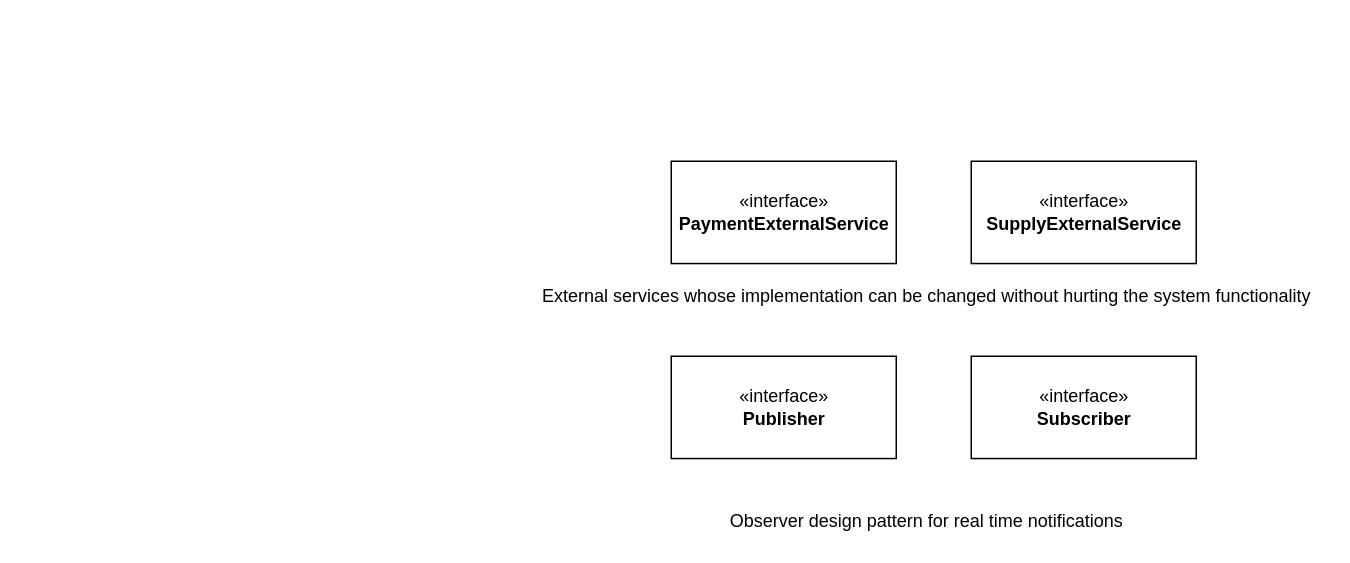
This is page "White Diagram" (1 of 2) of Workshop.drawio from itaitzruia4/Workshop, a draw.io file, before an edit. Source tidied: cells renumbered, new cells numbered last; positions are measured from the earlier drawing's top-left corner, leaving out a move shared by most shapes. Both pictures are drawn from the tidied source at 150%, with x=0, y=0 at pixel (528, 160).
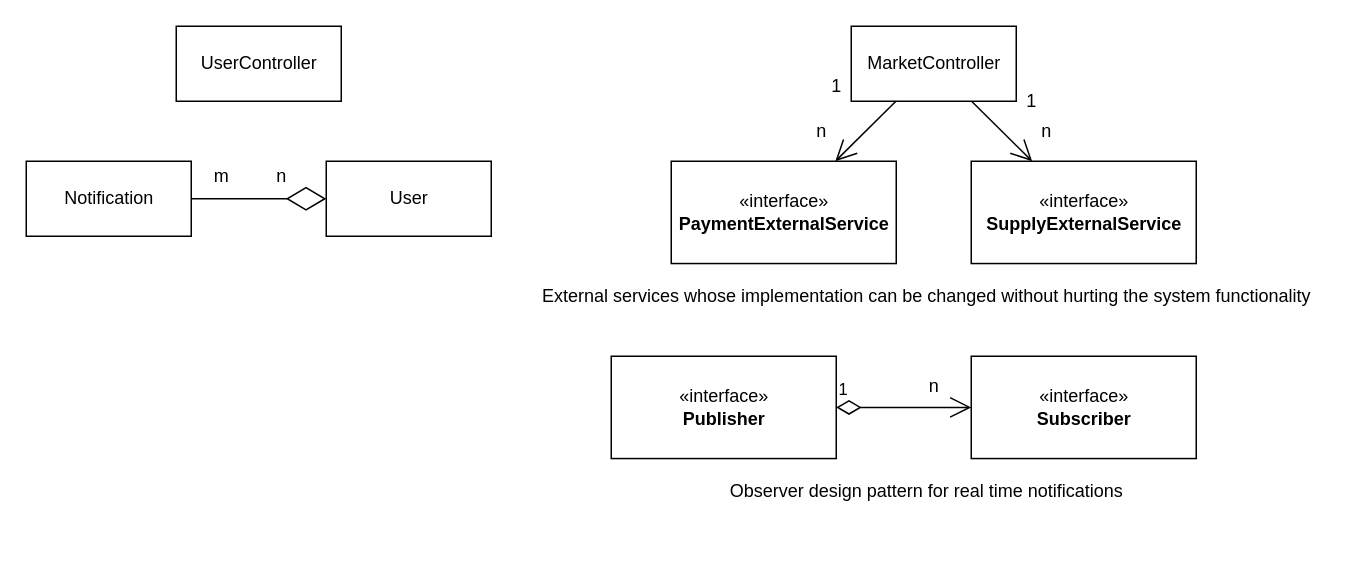
The same page after the edit.

Commit message:
added classes relative to system requirements

The change refers to these unchanged cells:
```xml
<mxCell id="2" value="«interface»&lt;br&gt;&lt;b&gt;PaymentExternalService&lt;/b&gt;" style="html=1;" parent="1" vertex="1">
  <mxGeometry x="95" width="150" height="68.2" as="geometry" />
</mxCell>
<mxCell id="3" value="«interface»&lt;br&gt;&lt;b&gt;SupplyExternalService&lt;/b&gt;" style="html=1;" parent="1" vertex="1">
  <mxGeometry x="295" width="150" height="68.2" as="geometry" />
</mxCell>
<mxCell id="5" value="«interface»&lt;br&gt;&lt;b&gt;Subscriber&lt;/b&gt;" style="html=1;" parent="1" vertex="1">
  <mxGeometry x="295" y="130" width="150" height="68.2" as="geometry" />
</mxCell>
```

Change to the diagram source:
```diff
@@
     <mxCell id="4" value="«interface»&lt;br&gt;&lt;b&gt;Publisher&lt;/b&gt;" style="html=1;" parent="1" vertex="1">
-      <mxGeometry x="95" y="130" width="150" height="68.2" as="geometry" />
+      <mxGeometry x="55" y="130" width="150" height="68.2" as="geometry" />
     </mxCell>
@@
     <mxCell id="6" value="Observer design pattern for real time notifications" style="text;html=1;align=center;verticalAlign=middle;strokeColor=none;fillColor=none;" parent="1" vertex="1">
-      <mxGeometry x="125" y="230" width="280" height="20" as="geometry" />
+      <mxGeometry x="125" y="210" width="280" height="20" as="geometry" />
     </mxCell>
@@
+    <mxCell id="8" value="UserController" style="html=1;" parent="1" vertex="1">
+      <mxGeometry x="-235" y="-90" width="110" height="50" as="geometry" />
+    </mxCell>
+    <mxCell id="9" value="MarketController" style="html=1;" parent="1" vertex="1">
+      <mxGeometry x="215" y="-90" width="110" height="50" as="geometry" />
+    </mxCell>
+    <mxCell id="10" value="Notification" style="html=1;" parent="1" vertex="1">
+      <mxGeometry x="-335" width="110" height="50" as="geometry" />
+    </mxCell>
+    <mxCell id="11" value="User" style="html=1;" parent="1" vertex="1">
+      <mxGeometry x="-135" width="110" height="50" as="geometry" />
+    </mxCell>
+    <mxCell id="12" style="endArrow=diamondThin;endFill=0;endSize=24;html=1;rounded=0;" parent="1" edge="1" source="10" target="11">
+      <mxGeometry relative="1" as="geometry" />
+    </mxCell>
+    <mxCell id="13" value="n" style="text;html=1;align=center;verticalAlign=middle;strokeColor=none;fillColor=none;" parent="1" vertex="1">
+      <mxGeometry x="-175" width="20" height="20" as="geometry" />
+    </mxCell>
+    <mxCell id="14" value="m" style="text;html=1;align=center;verticalAlign=middle;strokeColor=none;fillColor=none;" parent="1" vertex="1">
+      <mxGeometry x="-220" width="30" height="20" as="geometry" />
+    </mxCell>
+    <mxCell id="15" style="endArrow=open;endFill=1;endSize=12;html=1;rounded=0;" parent="1" edge="1" source="9" target="2">
+      <mxGeometry relative="1" as="geometry" />
+    </mxCell>
+    <mxCell id="16" style="endArrow=open;endFill=1;endSize=12;html=1;rounded=0;" parent="1" edge="1" source="9" target="3">
+      <mxGeometry relative="1" as="geometry" />
+    </mxCell>
+    <mxCell id="17" value="1" style="text;html=1;align=center;verticalAlign=middle;strokeColor=none;fillColor=none;" parent="1" vertex="1">
+      <mxGeometry x="195" y="-60" width="20" height="20" as="geometry" />
+    </mxCell>
+    <mxCell id="18" value="n" style="text;html=1;align=center;verticalAlign=middle;strokeColor=none;fillColor=none;" parent="1" vertex="1">
+      <mxGeometry x="185" y="-30" width="20" height="20" as="geometry" />
+    </mxCell>
+    <mxCell id="19" value="n" style="text;html=1;align=center;verticalAlign=middle;strokeColor=none;fillColor=none;" parent="1" vertex="1">
+      <mxGeometry x="335" y="-30" width="20" height="20" as="geometry" />
+    </mxCell>
+    <mxCell id="20" value="1" style="text;html=1;align=center;verticalAlign=middle;strokeColor=none;fillColor=none;" parent="1" vertex="1">
+      <mxGeometry x="325" y="-50" width="20" height="20" as="geometry" />
+    </mxCell>
+    <mxCell id="21" value="1" style="endArrow=open;html=1;endSize=12;startArrow=diamondThin;startSize=14;startFill=0;edgeStyle=orthogonalEdgeStyle;align=left;verticalAlign=bottom;rounded=0;" parent="1" edge="1" source="4" target="5">
+      <mxGeometry x="-1" y="3" relative="1" as="geometry" />
+    </mxCell>
+    <mxCell id="22" value="n" style="text;html=1;align=center;verticalAlign=middle;strokeColor=none;fillColor=none;" parent="1" vertex="1">
+      <mxGeometry x="260" y="140" width="20" height="20" as="geometry" />
+    </mxCell>
```
